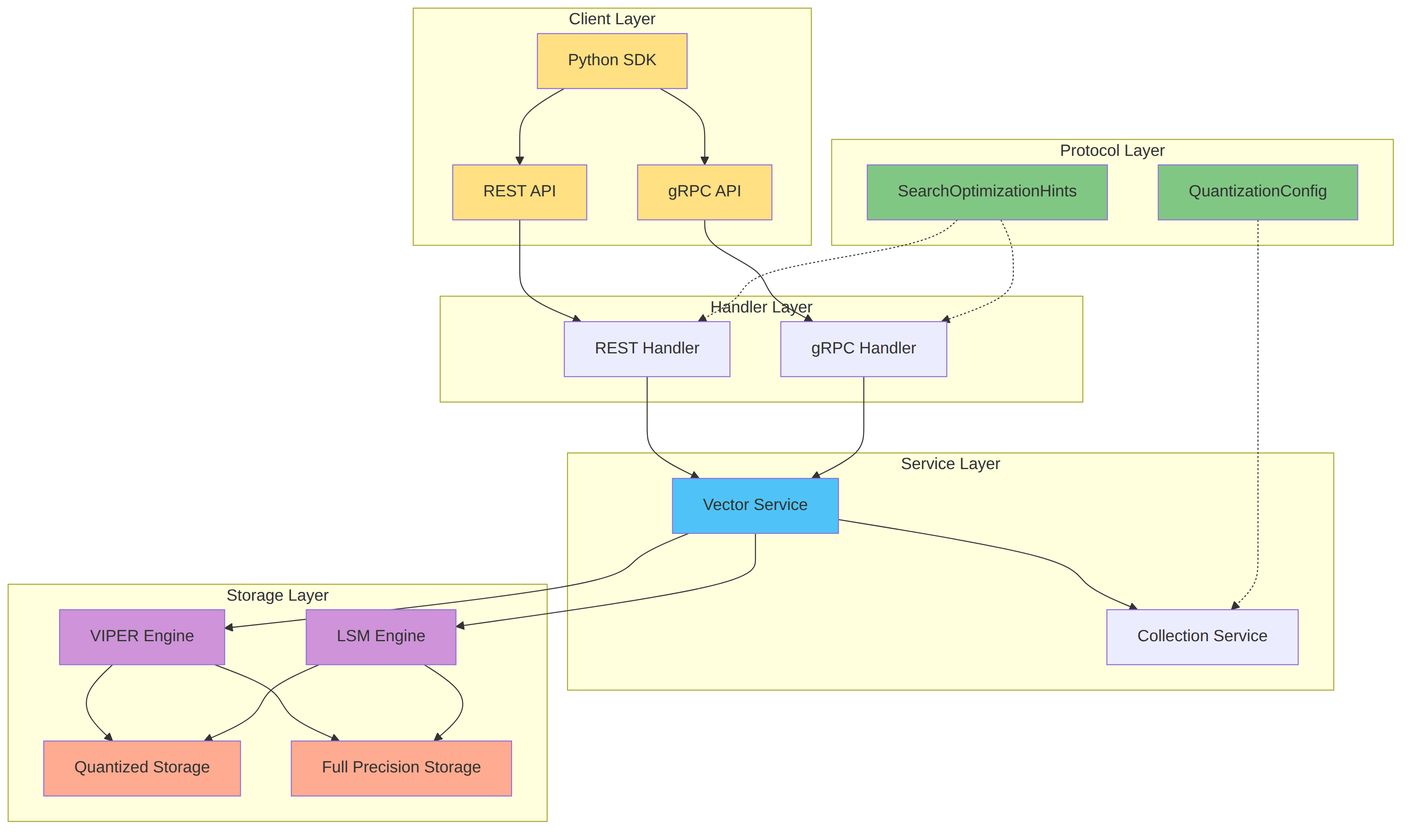
Above: docs/diagrams/images/quantization-components.png in vjsingh1984/proximaDB (Mermaid), before the change. Its source is kept beside it as docs/diagrams/quantization-components.mmd.
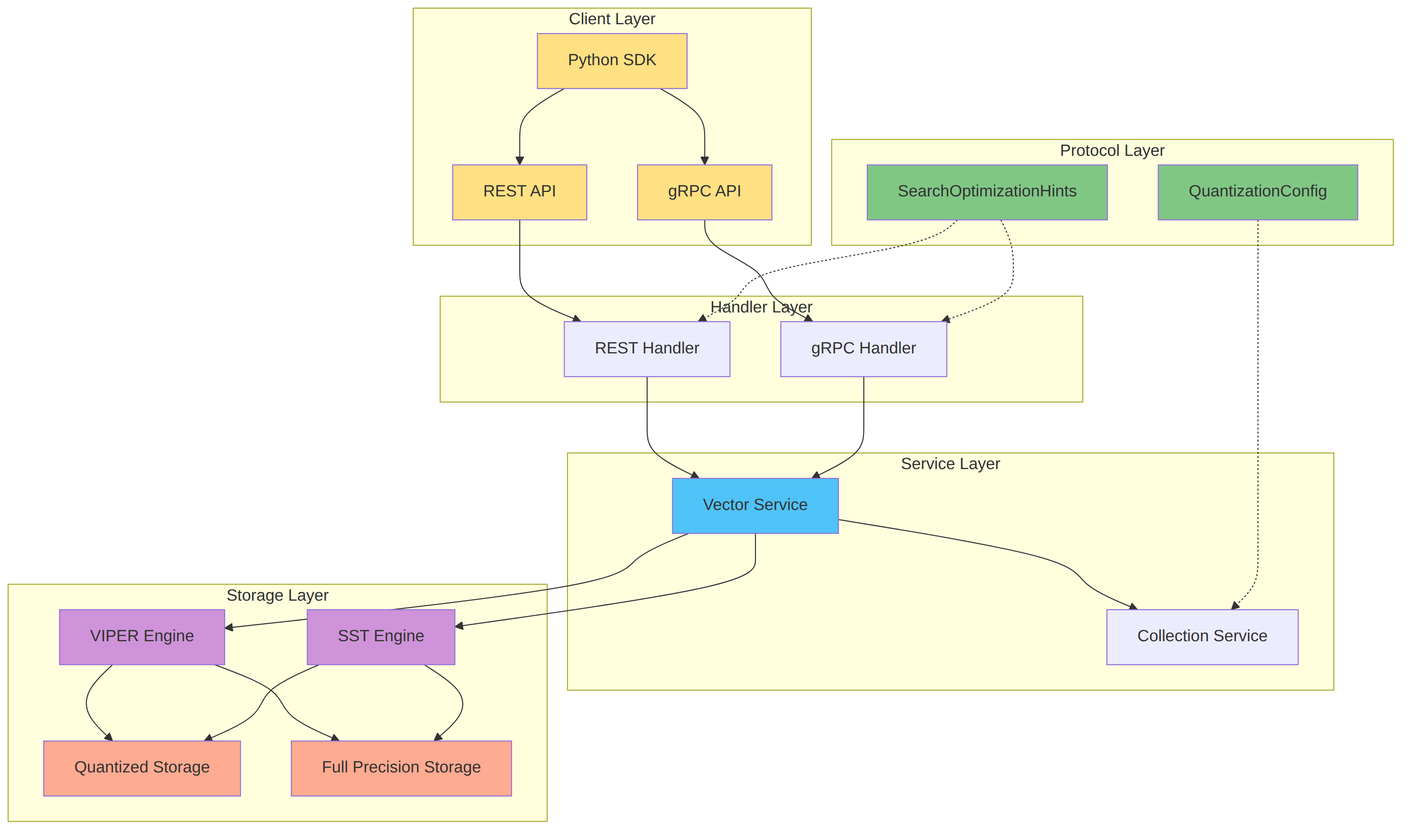
The same diagram one commit later.

What changed in the source:
```diff
@@ -22,7 +22,7 @@
 
     subgraph "Storage Layer"
         J[VIPER Engine]
-        K[LSM Engine]
+        K[SST Engine]
         L[Quantized Storage]
         M[Full Precision Storage]
     end
```
